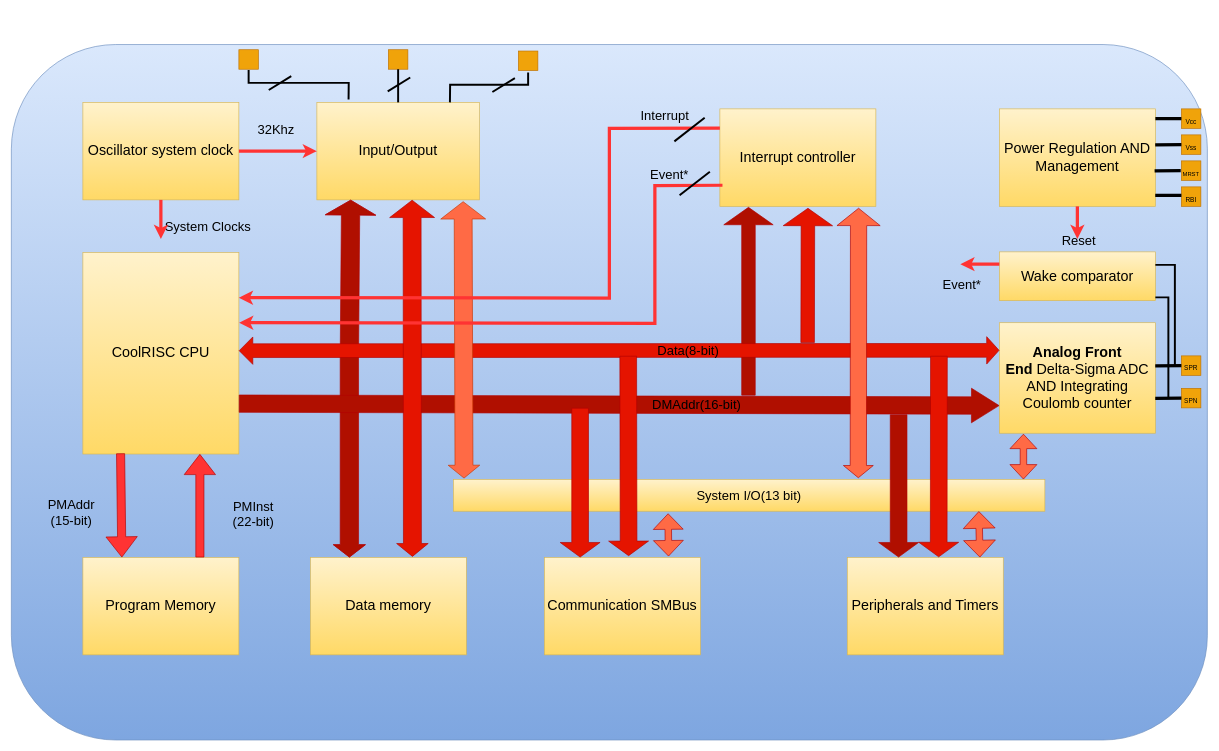
Above: Untitled Diagram.drawio in NeroKai/coursera-test (draw.io), before the change. Source tidied: cells renumbered, new cells numbered last; positions are measured from the earlier drawing's top-left corner, leaving out a move shared by most shapes. Both pictures are drawn from the tidied source at 65%, with x=0, y=0 at pixel (11, 44).
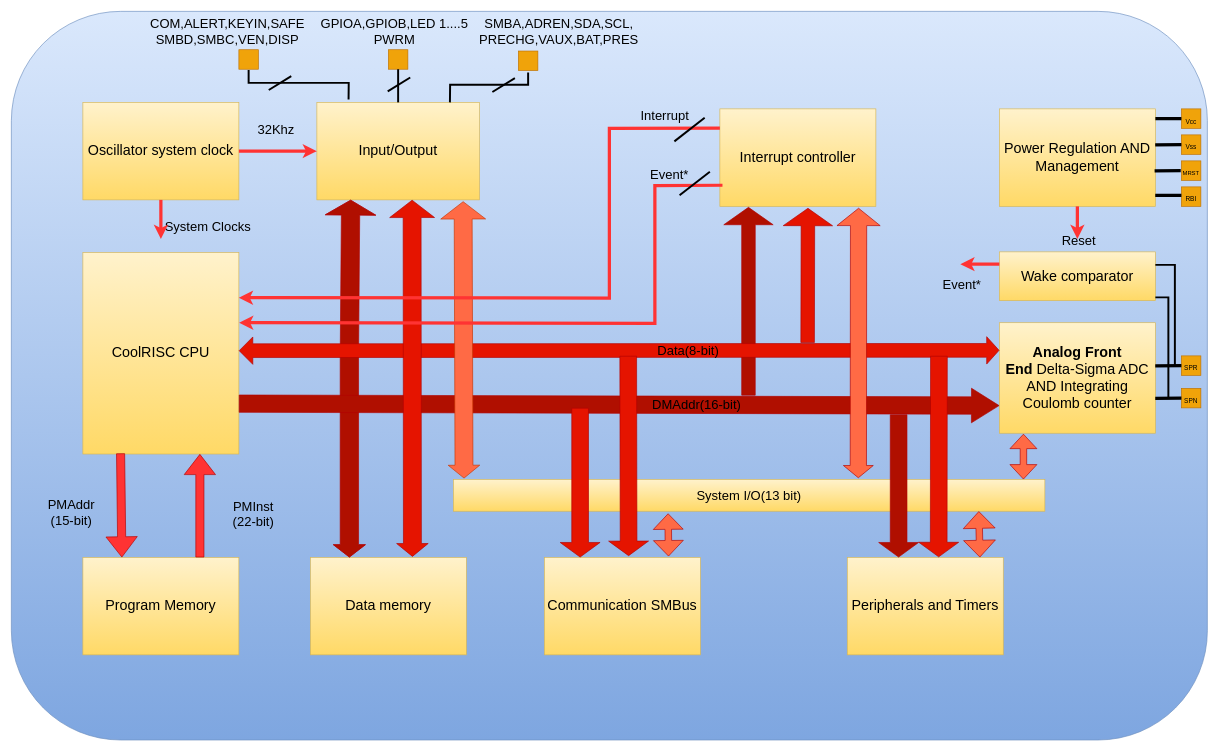
Above is the later version.

The change refers to these unchanged cells:
```xml
<mxCell id="24" style="shape=flexArrow;endArrow=classic;startArrow=classic;html=1;rounded=0;fillColor=#e51400;strokeColor=#B20000;entryX=0;entryY=0.25;entryDx=0;entryDy=0;width=21.142857142857142;startSize=6.64;" parent="1" edge="1" target="12">
  <mxGeometry relative="1" as="geometry">
    <mxPoint x="350" y="471" as="sourcePoint" />
  </mxGeometry>
</mxCell>
```

The edit, as a diff of the source:
```diff
@@
     <mxCell id="2" style="rounded=1;whiteSpace=wrap;html=1;fillColor=#dae8fc;gradientColor=#7ea6e0;strokeColor=#6c8ebf;" parent="1" vertex="1">
-      <mxGeometry width="1840" height="1070" as="geometry" />
+      <mxGeometry y="-51" width="1840" height="1121" as="geometry" />
     </mxCell>
@@
+    <mxCell id="73" value="COM,ALERT,KEYIN,SAFE&lt;br&gt;SMBD,SMBC,VEN,DISP" style="edgeLabel;html=1;align=center;verticalAlign=middle;fontSize=20;labelBackgroundColor=none;" parent="24" vertex="1">
+      <mxGeometry x="-0.88" y="2" relative="1" as="geometry">
+        <mxPoint x="-88" y="-490" as="offset" />
+      </mxGeometry>
+    </mxCell>
+    <mxCell id="74" value="GPIOA,GPIOB,LED 1....5&lt;br&gt;PWRM" style="edgeLabel;html=1;align=center;verticalAlign=middle;fontSize=20;labelBackgroundColor=none;" parent="24" vertex="1">
+      <mxGeometry x="-0.88" y="2" relative="1" as="geometry">
+        <mxPoint x="169" y="-490" as="offset" />
+      </mxGeometry>
+    </mxCell>
+    <mxCell id="75" value="SMBA,ADREN,SDA,SCL,&lt;br&gt;PRECHG,VAUX,BAT,PRES" style="edgeLabel;html=1;align=center;verticalAlign=middle;fontSize=20;labelBackgroundColor=none;" parent="24" vertex="1">
+      <mxGeometry x="-0.88" y="2" relative="1" as="geometry">
+        <mxPoint x="422" y="-490" as="offset" />
+      </mxGeometry>
+    </mxCell>
```
